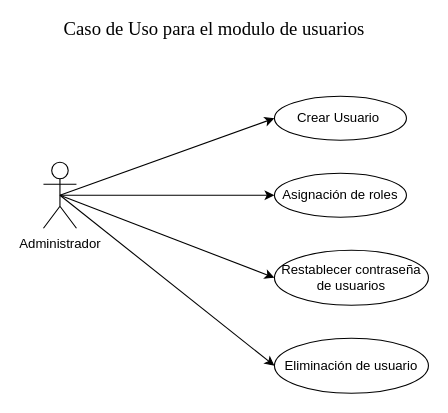
Earlier version of the draw.io diagram Casos de Uso/Untitled Diagram.drawio (Hualmss/diagramas-pis). Source tidied: cells renumbered, new cells numbered last; positions are measured from the earlier drawing's top-left corner, leaving out a move shared by most shapes. Both pictures are drawn from the tidied source at 110%, with x=0, y=0 at pixel (43, 19).
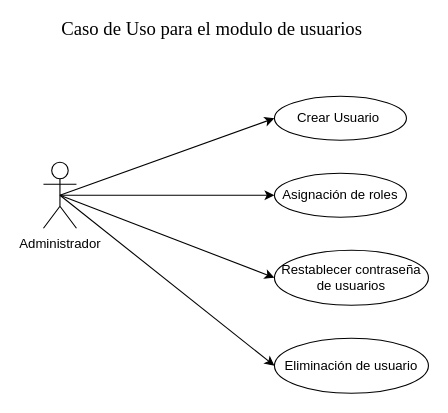
The same page after the edit.

What changed in the source:
```diff
@@
 <mxGraphModel>
   <root>
     <mxCell id="0" />
     <mxCell id="1" parent="0" />
     <mxCell id="2" style="rounded=0;jettySize=auto;html=1;exitX=0.5;exitY=0.5;exitDx=0;exitDy=0;exitPerimeter=0;entryX=0;entryY=0.5;entryDx=0;entryDy=0;strokeColor=none;" parent="1" edge="1" source="7" target="8">
       <mxGeometry relative="1" as="geometry" />
     </mxCell>
     <mxCell id="3" style="jettySize=auto;html=1;exitX=0.5;exitY=0.5;exitDx=0;exitDy=0;exitPerimeter=0;entryX=0;entryY=0.5;entryDx=0;entryDy=0;rounded=0;" parent="1" edge="1" source="7" target="9">
       <mxGeometry relative="1" as="geometry" />
     </mxCell>
     <mxCell id="4" style="edgeStyle=none;rounded=0;jettySize=auto;html=1;exitX=0.5;exitY=0.5;exitDx=0;exitDy=0;exitPerimeter=0;entryX=0;entryY=0.5;entryDx=0;entryDy=0;" parent="1" edge="1" source="7" target="11">
       <mxGeometry relative="1" as="geometry" />
     </mxCell>
     <mxCell id="5" style="edgeStyle=none;rounded=0;jettySize=auto;html=1;exitX=0.5;exitY=0.5;exitDx=0;exitDy=0;exitPerimeter=0;fontFamily=Times New Roman;fontSize=17;" parent="1" edge="1" source="7">
       <mxGeometry relative="1" as="geometry">
         <mxPoint x="210" y="90" as="targetPoint" />
       </mxGeometry>
     </mxCell>
     <mxCell id="6" style="edgeStyle=none;rounded=0;jettySize=auto;html=1;exitX=0.5;exitY=0.5;exitDx=0;exitDy=0;exitPerimeter=0;entryX=0;entryY=0.5;entryDx=0;entryDy=0;fontFamily=Times New Roman;fontSize=17;" parent="1" edge="1" source="7" target="12">
       <mxGeometry relative="1" as="geometry" />
     </mxCell>
     <mxCell id="7" value="Administrador" style="shape=umlActor;verticalLabelPosition=bottom;verticalAlign=top;html=1;outlineConnect=0;" parent="1" vertex="1">
       <mxGeometry y="130" width="30" height="60" as="geometry" />
     </mxCell>
     <mxCell id="8" value="Crear Usuario&amp;nbsp;" style="ellipse;whiteSpace=wrap;html=1;" parent="1" vertex="1">
       <mxGeometry x="210" y="70" width="120" height="40" as="geometry" />
     </mxCell>
     <mxCell id="9" value="Restablecer contraseña de usuarios" style="ellipse;whiteSpace=wrap;html=1;" parent="1" vertex="1">
       <mxGeometry x="210" y="210" width="140" height="50" as="geometry" />
     </mxCell>
-    <mxCell id="10" value="&lt;font face=&quot;Times New Roman&quot; style=&quot;font-size: 17px;&quot;&gt;Caso de Uso para el modulo de usuarios&lt;/font&gt;" style="text;html=1;align=center;verticalAlign=middle;fillColor=none;strokeColor=none;rounded=0;" parent="1" vertex="1">
+    <mxCell id="10" value="&lt;font face=&quot;Times New Roman&quot; style=&quot;font-size: 17px;&quot;&gt;Caso de Uso para el modulo de usuarios&amp;nbsp;&lt;/font&gt;" style="text;html=1;align=center;verticalAlign=middle;fillColor=none;strokeColor=none;rounded=0;" parent="1" vertex="1">
       <mxGeometry x="10" width="290" height="20" as="geometry" />
     </mxCell>
     <mxCell id="11" value="Asignación de roles" style="ellipse;whiteSpace=wrap;html=1;" parent="1" vertex="1">
       <mxGeometry x="210" y="140" width="120" height="40" as="geometry" />
     </mxCell>
     <mxCell id="12" value="Eliminación de usuario" style="ellipse;whiteSpace=wrap;html=1;" parent="1" vertex="1">
       <mxGeometry x="210" y="290" width="140" height="50" as="geometry" />
     </mxCell>
   </root>
 </mxGraphModel>
```
